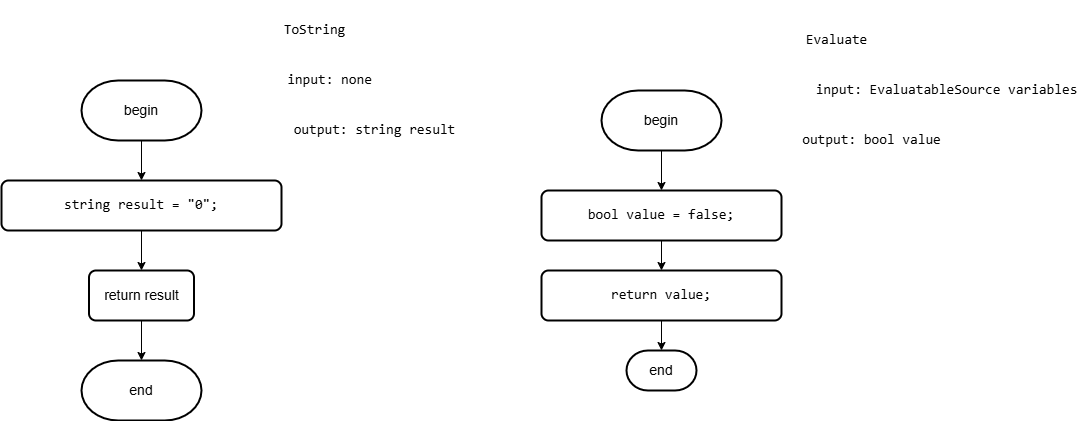
slavikovics/FictionalVariables keeps this draw.io diagram as Diagrams/images/False.drawio.png. Above is the earlier version. Source tidied: cells renumbered, new cells last; positions are measured from the earlier drawing's top-left corner, leaving out a move shared by most shapes. Its diagram source:
```xml
<mxGraphModel>
  <root>
    <mxCell id="0" />
    <mxCell id="1" parent="0" />
    <mxCell id="2" value="&lt;pre style=&quot;font-family: &amp;quot;JetBrains Mono&amp;quot;, monospace;&quot;&gt;Evaluate&lt;/pre&gt;" style="text;html=1;align=center;verticalAlign=middle;strokeColor=none;fillColor=none;fontSize=14;labelBackgroundColor=none;fontColor=#000000;" parent="1" vertex="1">
      <mxGeometry x="790" y="10" width="90" height="60" as="geometry" />
    </mxCell>
    <mxCell id="3" style="edgeStyle=orthogonalEdgeStyle;rounded=0;jettySize=auto;html=1;exitX=0.5;exitY=1;exitDx=0;exitDy=0;exitPerimeter=0;entryX=0.5;entryY=0;entryDx=0;entryDy=0;fontSize=14;labelBackgroundColor=none;fontColor=#000000;" parent="1" edge="1" source="4" target="6">
      <mxGeometry relative="1" as="geometry" />
    </mxCell>
    <mxCell id="4" value="begin" style="strokeWidth=2;html=1;shape=mxgraph.flowchart.terminator;whiteSpace=wrap;fontSize=14;labelBackgroundColor=none;fontColor=#000000;" parent="1" vertex="1">
      <mxGeometry x="600" y="90" width="120" height="60" as="geometry" />
    </mxCell>
    <mxCell id="5" style="edgeStyle=orthogonalEdgeStyle;rounded=0;jettySize=auto;html=1;exitX=0.5;exitY=1;exitDx=0;exitDy=0;fontSize=14;labelBackgroundColor=none;fontColor=#000000;" parent="1" edge="1" source="6" target="20">
      <mxGeometry relative="1" as="geometry" />
    </mxCell>
    <mxCell id="6" value="&lt;div style=&quot;&quot;&gt;&lt;pre style=&quot;font-family: &amp;quot;JetBrains Mono&amp;quot;, monospace;&quot;&gt;&lt;pre style=&quot;font-family: &amp;quot;JetBrains Mono&amp;quot;, monospace;&quot;&gt;&lt;pre style=&quot;font-family: &amp;quot;JetBrains Mono&amp;quot;, monospace;&quot;&gt;&lt;pre style=&quot;font-family: &amp;quot;JetBrains Mono&amp;quot;, monospace;&quot;&gt;&lt;div&gt;&lt;pre style=&quot;font-family: &amp;quot;JetBrains Mono&amp;quot;, monospace;&quot;&gt;&lt;span style=&quot;&quot;&gt;bool &lt;/span&gt;&lt;span style=&quot;&quot;&gt;value &lt;/span&gt;= &lt;span style=&quot;&quot;&gt;false&lt;/span&gt;;&lt;/pre&gt;&lt;/div&gt;&lt;/pre&gt;&lt;/pre&gt;&lt;/pre&gt;&lt;/pre&gt;&lt;/div&gt;" style="rounded=1;whiteSpace=wrap;html=1;absoluteArcSize=1;arcSize=14;strokeWidth=2;fontSize=14;labelBackgroundColor=none;fontColor=#000000;" parent="1" vertex="1">
      <mxGeometry x="540" y="190" width="240" height="50" as="geometry" />
    </mxCell>
    <mxCell id="7" value="&lt;pre style=&quot;font-family: &amp;quot;JetBrains Mono&amp;quot;, monospace;&quot;&gt;input: EvaluatableSource variables&lt;/pre&gt;" style="text;html=1;align=center;verticalAlign=middle;strokeColor=none;fillColor=none;fontSize=14;labelBackgroundColor=none;fontColor=#000000;" parent="1" vertex="1">
      <mxGeometry x="800" y="60" width="290" height="60" as="geometry" />
    </mxCell>
    <mxCell id="8" value="&lt;pre style=&quot;font-family: &amp;quot;JetBrains Mono&amp;quot;, monospace;&quot;&gt;output: bool value&lt;/pre&gt;" style="text;html=1;align=center;verticalAlign=middle;strokeColor=none;fillColor=none;fontSize=14;labelBackgroundColor=none;fontColor=#000000;" parent="1" vertex="1">
      <mxGeometry x="790" y="110" width="160" height="60" as="geometry" />
    </mxCell>
    <mxCell id="9" value="end" style="strokeWidth=2;html=1;shape=mxgraph.flowchart.terminator;whiteSpace=wrap;fontSize=14;labelBackgroundColor=none;fontColor=#000000;" parent="1" vertex="1">
      <mxGeometry x="625" y="350" width="70" height="40" as="geometry" />
    </mxCell>
    <mxCell id="10" value="&lt;pre style=&quot;font-family: &amp;quot;JetBrains Mono&amp;quot;, monospace;&quot;&gt;ToString&lt;/pre&gt;" style="text;html=1;align=center;verticalAlign=middle;strokeColor=none;fillColor=none;fontSize=14;labelBackgroundColor=none;fontColor=#000000;" parent="1" vertex="1">
      <mxGeometry x="267.5" width="90" height="60" as="geometry" />
    </mxCell>
    <mxCell id="11" style="edgeStyle=orthogonalEdgeStyle;rounded=0;jettySize=auto;html=1;exitX=0.5;exitY=1;exitDx=0;exitDy=0;exitPerimeter=0;entryX=0.5;entryY=0;entryDx=0;entryDy=0;fontSize=14;labelBackgroundColor=none;fontColor=#000000;" parent="1" edge="1" source="12" target="14">
      <mxGeometry relative="1" as="geometry" />
    </mxCell>
    <mxCell id="12" value="begin" style="strokeWidth=2;html=1;shape=mxgraph.flowchart.terminator;whiteSpace=wrap;fontSize=14;labelBackgroundColor=none;fontColor=#000000;" parent="1" vertex="1">
      <mxGeometry x="80" y="80" width="120" height="60" as="geometry" />
    </mxCell>
    <mxCell id="13" style="edgeStyle=orthogonalEdgeStyle;rounded=0;jettySize=auto;html=1;exitX=0.5;exitY=1;exitDx=0;exitDy=0;fontSize=14;labelBackgroundColor=none;fontColor=#000000;" parent="1" edge="1" source="14" target="19">
      <mxGeometry relative="1" as="geometry" />
    </mxCell>
    <mxCell id="14" value="&lt;div style=&quot;&quot;&gt;&lt;pre style=&quot;font-family: &amp;quot;JetBrains Mono&amp;quot;, monospace;&quot;&gt;&lt;pre style=&quot;font-family: &amp;quot;JetBrains Mono&amp;quot;, monospace;&quot;&gt;&lt;pre style=&quot;font-family: &amp;quot;JetBrains Mono&amp;quot;, monospace;&quot;&gt;&lt;pre style=&quot;font-family: &amp;quot;JetBrains Mono&amp;quot;, monospace;&quot;&gt;&lt;pre style=&quot;font-family: &amp;quot;JetBrains Mono&amp;quot;, monospace;&quot;&gt;&lt;div&gt;&lt;pre style=&quot;font-family: &amp;quot;JetBrains Mono&amp;quot;, monospace;&quot;&gt;&lt;span style=&quot;&quot;&gt;string &lt;/span&gt;&lt;span style=&quot;&quot;&gt;result &lt;/span&gt;= &lt;span style=&quot;&quot;&gt;&quot;0&quot;&lt;/span&gt;;&lt;/pre&gt;&lt;/div&gt;&lt;/pre&gt;&lt;/pre&gt;&lt;/pre&gt;&lt;/pre&gt;&lt;/pre&gt;&lt;/div&gt;" style="rounded=1;whiteSpace=wrap;html=1;absoluteArcSize=1;arcSize=14;strokeWidth=2;fontSize=14;labelBackgroundColor=none;fontColor=#000000;" parent="1" vertex="1">
      <mxGeometry y="180" width="280" height="50" as="geometry" />
    </mxCell>
    <mxCell id="15" value="&lt;pre style=&quot;font-family: &amp;quot;JetBrains Mono&amp;quot;, monospace;&quot;&gt;input: none&lt;/pre&gt;" style="text;html=1;align=center;verticalAlign=middle;strokeColor=none;fillColor=none;fontSize=14;labelBackgroundColor=none;fontColor=#000000;" parent="1" vertex="1">
      <mxGeometry x="272.5" y="50" width="110" height="60" as="geometry" />
    </mxCell>
    <mxCell id="16" value="&lt;pre style=&quot;font-family: &amp;quot;JetBrains Mono&amp;quot;, monospace;&quot;&gt;output: string result&lt;/pre&gt;" style="text;html=1;align=center;verticalAlign=middle;strokeColor=none;fillColor=none;fontSize=14;labelBackgroundColor=none;fontColor=#000000;" parent="1" vertex="1">
      <mxGeometry x="277.5" y="100" width="190" height="60" as="geometry" />
    </mxCell>
    <mxCell id="17" value="end" style="strokeWidth=2;html=1;shape=mxgraph.flowchart.terminator;whiteSpace=wrap;fontSize=14;labelBackgroundColor=none;fontColor=#000000;" parent="1" vertex="1">
      <mxGeometry x="80" y="360" width="120" height="60" as="geometry" />
    </mxCell>
    <mxCell id="18" style="edgeStyle=orthogonalEdgeStyle;rounded=0;jettySize=auto;html=1;exitX=0.5;exitY=1;exitDx=0;exitDy=0;fontSize=14;labelBackgroundColor=none;fontColor=#000000;" parent="1" edge="1" source="19" target="17">
      <mxGeometry relative="1" as="geometry" />
    </mxCell>
    <mxCell id="19" value="&lt;font&gt;return result&lt;/font&gt;" style="rounded=1;whiteSpace=wrap;html=1;absoluteArcSize=1;arcSize=14;strokeWidth=2;fontSize=14;labelBackgroundColor=none;fontColor=#000000;" parent="1" vertex="1">
      <mxGeometry x="87.5" y="270" width="105" height="50" as="geometry" />
    </mxCell>
    <mxCell id="20" value="&lt;div style=&quot;&quot;&gt;&lt;pre style=&quot;font-family: &amp;quot;JetBrains Mono&amp;quot;, monospace;&quot;&gt;&lt;pre style=&quot;font-family: &amp;quot;JetBrains Mono&amp;quot;, monospace;&quot;&gt;&lt;pre style=&quot;font-family: &amp;quot;JetBrains Mono&amp;quot;, monospace;&quot;&gt;&lt;pre style=&quot;font-family: &amp;quot;JetBrains Mono&amp;quot;, monospace;&quot;&gt;&lt;pre style=&quot;font-family: &amp;quot;JetBrains Mono&amp;quot;, monospace;&quot;&gt;&lt;font&gt;return value;&lt;/font&gt;&lt;/pre&gt;&lt;/pre&gt;&lt;/pre&gt;&lt;/pre&gt;&lt;/pre&gt;&lt;/div&gt;" style="rounded=1;whiteSpace=wrap;html=1;absoluteArcSize=1;arcSize=14;strokeWidth=2;fontSize=14;labelBackgroundColor=none;fontColor=#000000;" parent="1" vertex="1">
      <mxGeometry x="540" y="270" width="240" height="50" as="geometry" />
    </mxCell>
    <mxCell id="21" style="edgeStyle=orthogonalEdgeStyle;rounded=0;jettySize=auto;html=1;exitX=0.5;exitY=1;exitDx=0;exitDy=0;entryX=0.5;entryY=0;entryDx=0;entryDy=0;entryPerimeter=0;fontSize=14;labelBackgroundColor=none;fontColor=#000000;" parent="1" edge="1" source="20" target="9">
      <mxGeometry relative="1" as="geometry" />
    </mxCell>
  </root>
</mxGraphModel>
```
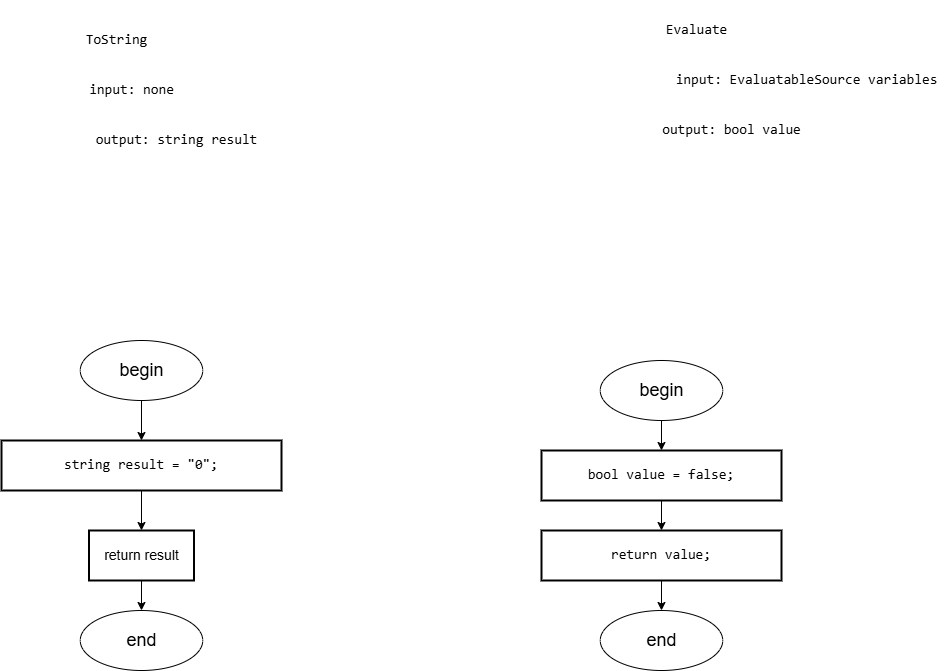
After the commit.

The edit, as a diff of the source:
```diff
@@ -3,64 +3,64 @@
     <mxCell id="0" />
     <mxCell id="1" parent="0" />
     <mxCell id="2" value="&lt;pre style=&quot;font-family: &amp;quot;JetBrains Mono&amp;quot;, monospace;&quot;&gt;Evaluate&lt;/pre&gt;" style="text;html=1;align=center;verticalAlign=middle;strokeColor=none;fillColor=none;fontSize=14;labelBackgroundColor=none;fontColor=#000000;" parent="1" vertex="1">
-      <mxGeometry x="790" y="10" width="90" height="60" as="geometry" />
+      <mxGeometry x="650" y="-260" width="90" height="60" as="geometry" />
     </mxCell>
-    <mxCell id="3" style="edgeStyle=orthogonalEdgeStyle;rounded=0;jettySize=auto;html=1;exitX=0.5;exitY=1;exitDx=0;exitDy=0;exitPerimeter=0;entryX=0.5;entryY=0;entryDx=0;entryDy=0;fontSize=14;labelBackgroundColor=none;fontColor=#000000;" parent="1" edge="1" source="4" target="6">
-      <mxGeometry relative="1" as="geometry" />
-    </mxCell>
-    <mxCell id="4" value="begin" style="strokeWidth=2;html=1;shape=mxgraph.flowchart.terminator;whiteSpace=wrap;fontSize=14;labelBackgroundColor=none;fontColor=#000000;" parent="1" vertex="1">
-      <mxGeometry x="600" y="90" width="120" height="60" as="geometry" />
-    </mxCell>
     <mxCell id="5" style="edgeStyle=orthogonalEdgeStyle;rounded=0;jettySize=auto;html=1;exitX=0.5;exitY=1;exitDx=0;exitDy=0;fontSize=14;labelBackgroundColor=none;fontColor=#000000;" parent="1" edge="1" source="6" target="20">
       <mxGeometry relative="1" as="geometry" />
     </mxCell>
-    <mxCell id="6" value="&lt;div style=&quot;&quot;&gt;&lt;pre style=&quot;font-family: &amp;quot;JetBrains Mono&amp;quot;, monospace;&quot;&gt;&lt;pre style=&quot;font-family: &amp;quot;JetBrains Mono&amp;quot;, monospace;&quot;&gt;&lt;pre style=&quot;font-family: &amp;quot;JetBrains Mono&amp;quot;, monospace;&quot;&gt;&lt;pre style=&quot;font-family: &amp;quot;JetBrains Mono&amp;quot;, monospace;&quot;&gt;&lt;div&gt;&lt;pre style=&quot;font-family: &amp;quot;JetBrains Mono&amp;quot;, monospace;&quot;&gt;&lt;span style=&quot;&quot;&gt;bool &lt;/span&gt;&lt;span style=&quot;&quot;&gt;value &lt;/span&gt;= &lt;span style=&quot;&quot;&gt;false&lt;/span&gt;;&lt;/pre&gt;&lt;/div&gt;&lt;/pre&gt;&lt;/pre&gt;&lt;/pre&gt;&lt;/pre&gt;&lt;/div&gt;" style="rounded=1;whiteSpace=wrap;html=1;absoluteArcSize=1;arcSize=14;strokeWidth=2;fontSize=14;labelBackgroundColor=none;fontColor=#000000;" parent="1" vertex="1">
+    <mxCell id="6" value="&lt;div style=&quot;&quot;&gt;&lt;pre style=&quot;font-family: &amp;quot;JetBrains Mono&amp;quot;, monospace;&quot;&gt;&lt;pre style=&quot;font-family: &amp;quot;JetBrains Mono&amp;quot;, monospace;&quot;&gt;&lt;pre style=&quot;font-family: &amp;quot;JetBrains Mono&amp;quot;, monospace;&quot;&gt;&lt;pre style=&quot;font-family: &amp;quot;JetBrains Mono&amp;quot;, monospace;&quot;&gt;&lt;div&gt;&lt;pre style=&quot;font-family: &amp;quot;JetBrains Mono&amp;quot;, monospace;&quot;&gt;&lt;span style=&quot;&quot;&gt;bool &lt;/span&gt;&lt;span style=&quot;&quot;&gt;value &lt;/span&gt;= &lt;span style=&quot;&quot;&gt;false&lt;/span&gt;;&lt;/pre&gt;&lt;/div&gt;&lt;/pre&gt;&lt;/pre&gt;&lt;/pre&gt;&lt;/pre&gt;&lt;/div&gt;" style="rounded=0;whiteSpace=wrap;html=1;absoluteArcSize=1;arcSize=14;strokeWidth=2;fontSize=14;labelBackgroundColor=none;fontColor=#000000;" parent="1" vertex="1">
       <mxGeometry x="540" y="190" width="240" height="50" as="geometry" />
     </mxCell>
     <mxCell id="7" value="&lt;pre style=&quot;font-family: &amp;quot;JetBrains Mono&amp;quot;, monospace;&quot;&gt;input: EvaluatableSource variables&lt;/pre&gt;" style="text;html=1;align=center;verticalAlign=middle;strokeColor=none;fillColor=none;fontSize=14;labelBackgroundColor=none;fontColor=#000000;" parent="1" vertex="1">
-      <mxGeometry x="800" y="60" width="290" height="60" as="geometry" />
+      <mxGeometry x="660" y="-210" width="290" height="60" as="geometry" />
     </mxCell>
     <mxCell id="8" value="&lt;pre style=&quot;font-family: &amp;quot;JetBrains Mono&amp;quot;, monospace;&quot;&gt;output: bool value&lt;/pre&gt;" style="text;html=1;align=center;verticalAlign=middle;strokeColor=none;fillColor=none;fontSize=14;labelBackgroundColor=none;fontColor=#000000;" parent="1" vertex="1">
-      <mxGeometry x="790" y="110" width="160" height="60" as="geometry" />
+      <mxGeometry x="650" y="-160" width="160" height="60" as="geometry" />
     </mxCell>
-    <mxCell id="9" value="end" style="strokeWidth=2;html=1;shape=mxgraph.flowchart.terminator;whiteSpace=wrap;fontSize=14;labelBackgroundColor=none;fontColor=#000000;" parent="1" vertex="1">
-      <mxGeometry x="625" y="350" width="70" height="40" as="geometry" />
-    </mxCell>
     <mxCell id="10" value="&lt;pre style=&quot;font-family: &amp;quot;JetBrains Mono&amp;quot;, monospace;&quot;&gt;ToString&lt;/pre&gt;" style="text;html=1;align=center;verticalAlign=middle;strokeColor=none;fillColor=none;fontSize=14;labelBackgroundColor=none;fontColor=#000000;" parent="1" vertex="1">
-      <mxGeometry x="267.5" width="90" height="60" as="geometry" />
+      <mxGeometry x="70" y="-250" width="90" height="60" as="geometry" />
     </mxCell>
-    <mxCell id="11" style="edgeStyle=orthogonalEdgeStyle;rounded=0;jettySize=auto;html=1;exitX=0.5;exitY=1;exitDx=0;exitDy=0;exitPerimeter=0;entryX=0.5;entryY=0;entryDx=0;entryDy=0;fontSize=14;labelBackgroundColor=none;fontColor=#000000;" parent="1" edge="1" source="12" target="14">
-      <mxGeometry relative="1" as="geometry" />
-    </mxCell>
-    <mxCell id="12" value="begin" style="strokeWidth=2;html=1;shape=mxgraph.flowchart.terminator;whiteSpace=wrap;fontSize=14;labelBackgroundColor=none;fontColor=#000000;" parent="1" vertex="1">
-      <mxGeometry x="80" y="80" width="120" height="60" as="geometry" />
-    </mxCell>
     <mxCell id="13" style="edgeStyle=orthogonalEdgeStyle;rounded=0;jettySize=auto;html=1;exitX=0.5;exitY=1;exitDx=0;exitDy=0;fontSize=14;labelBackgroundColor=none;fontColor=#000000;" parent="1" edge="1" source="14" target="19">
       <mxGeometry relative="1" as="geometry" />
     </mxCell>
-    <mxCell id="14" value="&lt;div style=&quot;&quot;&gt;&lt;pre style=&quot;font-family: &amp;quot;JetBrains Mono&amp;quot;, monospace;&quot;&gt;&lt;pre style=&quot;font-family: &amp;quot;JetBrains Mono&amp;quot;, monospace;&quot;&gt;&lt;pre style=&quot;font-family: &amp;quot;JetBrains Mono&amp;quot;, monospace;&quot;&gt;&lt;pre style=&quot;font-family: &amp;quot;JetBrains Mono&amp;quot;, monospace;&quot;&gt;&lt;pre style=&quot;font-family: &amp;quot;JetBrains Mono&amp;quot;, monospace;&quot;&gt;&lt;div&gt;&lt;pre style=&quot;font-family: &amp;quot;JetBrains Mono&amp;quot;, monospace;&quot;&gt;&lt;span style=&quot;&quot;&gt;string &lt;/span&gt;&lt;span style=&quot;&quot;&gt;result &lt;/span&gt;= &lt;span style=&quot;&quot;&gt;&quot;0&quot;&lt;/span&gt;;&lt;/pre&gt;&lt;/div&gt;&lt;/pre&gt;&lt;/pre&gt;&lt;/pre&gt;&lt;/pre&gt;&lt;/pre&gt;&lt;/div&gt;" style="rounded=1;whiteSpace=wrap;html=1;absoluteArcSize=1;arcSize=14;strokeWidth=2;fontSize=14;labelBackgroundColor=none;fontColor=#000000;" parent="1" vertex="1">
+    <mxCell id="14" value="&lt;div style=&quot;&quot;&gt;&lt;pre style=&quot;font-family: &amp;quot;JetBrains Mono&amp;quot;, monospace;&quot;&gt;&lt;pre style=&quot;font-family: &amp;quot;JetBrains Mono&amp;quot;, monospace;&quot;&gt;&lt;pre style=&quot;font-family: &amp;quot;JetBrains Mono&amp;quot;, monospace;&quot;&gt;&lt;pre style=&quot;font-family: &amp;quot;JetBrains Mono&amp;quot;, monospace;&quot;&gt;&lt;pre style=&quot;font-family: &amp;quot;JetBrains Mono&amp;quot;, monospace;&quot;&gt;&lt;div&gt;&lt;pre style=&quot;font-family: &amp;quot;JetBrains Mono&amp;quot;, monospace;&quot;&gt;&lt;span style=&quot;&quot;&gt;string &lt;/span&gt;&lt;span style=&quot;&quot;&gt;result &lt;/span&gt;= &lt;span style=&quot;&quot;&gt;&quot;0&quot;&lt;/span&gt;;&lt;/pre&gt;&lt;/div&gt;&lt;/pre&gt;&lt;/pre&gt;&lt;/pre&gt;&lt;/pre&gt;&lt;/pre&gt;&lt;/div&gt;" style="rounded=0;whiteSpace=wrap;html=1;absoluteArcSize=1;arcSize=14;strokeWidth=2;fontSize=14;labelBackgroundColor=none;fontColor=#000000;" parent="1" vertex="1">
       <mxGeometry y="180" width="280" height="50" as="geometry" />
     </mxCell>
     <mxCell id="15" value="&lt;pre style=&quot;font-family: &amp;quot;JetBrains Mono&amp;quot;, monospace;&quot;&gt;input: none&lt;/pre&gt;" style="text;html=1;align=center;verticalAlign=middle;strokeColor=none;fillColor=none;fontSize=14;labelBackgroundColor=none;fontColor=#000000;" parent="1" vertex="1">
-      <mxGeometry x="272.5" y="50" width="110" height="60" as="geometry" />
+      <mxGeometry x="75" y="-200" width="110" height="60" as="geometry" />
     </mxCell>
     <mxCell id="16" value="&lt;pre style=&quot;font-family: &amp;quot;JetBrains Mono&amp;quot;, monospace;&quot;&gt;output: string result&lt;/pre&gt;" style="text;html=1;align=center;verticalAlign=middle;strokeColor=none;fillColor=none;fontSize=14;labelBackgroundColor=none;fontColor=#000000;" parent="1" vertex="1">
-      <mxGeometry x="277.5" y="100" width="190" height="60" as="geometry" />
+      <mxGeometry x="80" y="-150" width="190" height="60" as="geometry" />
     </mxCell>
-    <mxCell id="17" value="end" style="strokeWidth=2;html=1;shape=mxgraph.flowchart.terminator;whiteSpace=wrap;fontSize=14;labelBackgroundColor=none;fontColor=#000000;" parent="1" vertex="1">
-      <mxGeometry x="80" y="360" width="120" height="60" as="geometry" />
-    </mxCell>
-    <mxCell id="18" style="edgeStyle=orthogonalEdgeStyle;rounded=0;jettySize=auto;html=1;exitX=0.5;exitY=1;exitDx=0;exitDy=0;fontSize=14;labelBackgroundColor=none;fontColor=#000000;" parent="1" edge="1" source="19" target="17">
-      <mxGeometry relative="1" as="geometry" />
-    </mxCell>
+    <mxCell id="22" style="edgeStyle=orthogonalEdgeStyle;rounded=0;jettySize=auto;html=1;exitX=0.5;exitY=1;exitDx=0;exitDy=0;entryX=0.5;entryY=0;entryDx=0;entryDy=0;" parent="1" edge="1" source="19" target="28">
+      <mxGeometry relative="1" as="geometry" />
+    </mxCell>
-    <mxCell id="19" value="&lt;font&gt;return result&lt;/font&gt;" style="rounded=1;whiteSpace=wrap;html=1;absoluteArcSize=1;arcSize=14;strokeWidth=2;fontSize=14;labelBackgroundColor=none;fontColor=#000000;" parent="1" vertex="1">
+    <mxCell id="19" value="&lt;font&gt;return result&lt;/font&gt;" style="rounded=0;whiteSpace=wrap;html=1;absoluteArcSize=1;arcSize=14;strokeWidth=2;fontSize=14;labelBackgroundColor=none;fontColor=#000000;" parent="1" vertex="1">
       <mxGeometry x="87.5" y="270" width="105" height="50" as="geometry" />
     </mxCell>
+    <mxCell id="23" style="edgeStyle=orthogonalEdgeStyle;rounded=0;jettySize=auto;html=1;exitX=0.5;exitY=1;exitDx=0;exitDy=0;entryX=0.5;entryY=0;entryDx=0;entryDy=0;" parent="1" edge="1" source="20" target="29">
+      <mxGeometry relative="1" as="geometry" />
+    </mxCell>
-    <mxCell id="20" value="&lt;div style=&quot;&quot;&gt;&lt;pre style=&quot;font-family: &amp;quot;JetBrains Mono&amp;quot;, monospace;&quot;&gt;&lt;pre style=&quot;font-family: &amp;quot;JetBrains Mono&amp;quot;, monospace;&quot;&gt;&lt;pre style=&quot;font-family: &amp;quot;JetBrains Mono&amp;quot;, monospace;&quot;&gt;&lt;pre style=&quot;font-family: &amp;quot;JetBrains Mono&amp;quot;, monospace;&quot;&gt;&lt;pre style=&quot;font-family: &amp;quot;JetBrains Mono&amp;quot;, monospace;&quot;&gt;&lt;font&gt;return value;&lt;/font&gt;&lt;/pre&gt;&lt;/pre&gt;&lt;/pre&gt;&lt;/pre&gt;&lt;/pre&gt;&lt;/div&gt;" style="rounded=1;whiteSpace=wrap;html=1;absoluteArcSize=1;arcSize=14;strokeWidth=2;fontSize=14;labelBackgroundColor=none;fontColor=#000000;" parent="1" vertex="1">
+    <mxCell id="20" value="&lt;div style=&quot;&quot;&gt;&lt;pre style=&quot;font-family: &amp;quot;JetBrains Mono&amp;quot;, monospace;&quot;&gt;&lt;pre style=&quot;font-family: &amp;quot;JetBrains Mono&amp;quot;, monospace;&quot;&gt;&lt;pre style=&quot;font-family: &amp;quot;JetBrains Mono&amp;quot;, monospace;&quot;&gt;&lt;pre style=&quot;font-family: &amp;quot;JetBrains Mono&amp;quot;, monospace;&quot;&gt;&lt;pre style=&quot;font-family: &amp;quot;JetBrains Mono&amp;quot;, monospace;&quot;&gt;&lt;font&gt;return value;&lt;/font&gt;&lt;/pre&gt;&lt;/pre&gt;&lt;/pre&gt;&lt;/pre&gt;&lt;/pre&gt;&lt;/div&gt;" style="rounded=0;whiteSpace=wrap;html=1;absoluteArcSize=1;arcSize=14;strokeWidth=2;fontSize=14;labelBackgroundColor=none;fontColor=#000000;" parent="1" vertex="1">
       <mxGeometry x="540" y="270" width="240" height="50" as="geometry" />
     </mxCell>
-    <mxCell id="21" style="edgeStyle=orthogonalEdgeStyle;rounded=0;jettySize=auto;html=1;exitX=0.5;exitY=1;exitDx=0;exitDy=0;entryX=0.5;entryY=0;entryDx=0;entryDy=0;entryPerimeter=0;fontSize=14;labelBackgroundColor=none;fontColor=#000000;" parent="1" edge="1" source="20" target="9">
-      <mxGeometry relative="1" as="geometry" />
-    </mxCell>
+    <mxCell id="24" style="edgeStyle=orthogonalEdgeStyle;rounded=0;jettySize=auto;html=1;exitX=0.5;exitY=1;exitDx=0;exitDy=0;entryX=0.5;entryY=0;entryDx=0;entryDy=0;" parent="1" edge="1" source="25" target="14">
+      <mxGeometry relative="1" as="geometry" />
+    </mxCell>
+    <mxCell id="25" value="&lt;font style=&quot;font-size: 18px;&quot;&gt;begin&lt;/font&gt;" style="ellipse;whiteSpace=wrap;html=1;" parent="1" vertex="1">
+      <mxGeometry x="78.8" y="80" width="122.5" height="60" as="geometry" />
+    </mxCell>
+    <mxCell id="26" style="edgeStyle=orthogonalEdgeStyle;rounded=0;jettySize=auto;html=1;exitX=0.5;exitY=1;exitDx=0;exitDy=0;entryX=0.5;entryY=0;entryDx=0;entryDy=0;" parent="1" edge="1" source="27" target="6">
+      <mxGeometry relative="1" as="geometry" />
+    </mxCell>
+    <mxCell id="27" value="&lt;font style=&quot;font-size: 18px;&quot;&gt;begin&lt;/font&gt;" style="ellipse;whiteSpace=wrap;html=1;" parent="1" vertex="1">
+      <mxGeometry x="598.8" y="100" width="122.5" height="60" as="geometry" />
+    </mxCell>
+    <mxCell id="28" value="&lt;font style=&quot;font-size: 18px;&quot;&gt;end&lt;/font&gt;" style="ellipse;whiteSpace=wrap;html=1;" parent="1" vertex="1">
+      <mxGeometry x="78.8" y="350" width="122.5" height="60" as="geometry" />
+    </mxCell>
+    <mxCell id="29" value="&lt;font style=&quot;font-size: 18px;&quot;&gt;end&lt;/font&gt;" style="ellipse;whiteSpace=wrap;html=1;" parent="1" vertex="1">
+      <mxGeometry x="598.8" y="350" width="122.5" height="60" as="geometry" />
+    </mxCell>
   </root>
 </mxGraphModel>
```
